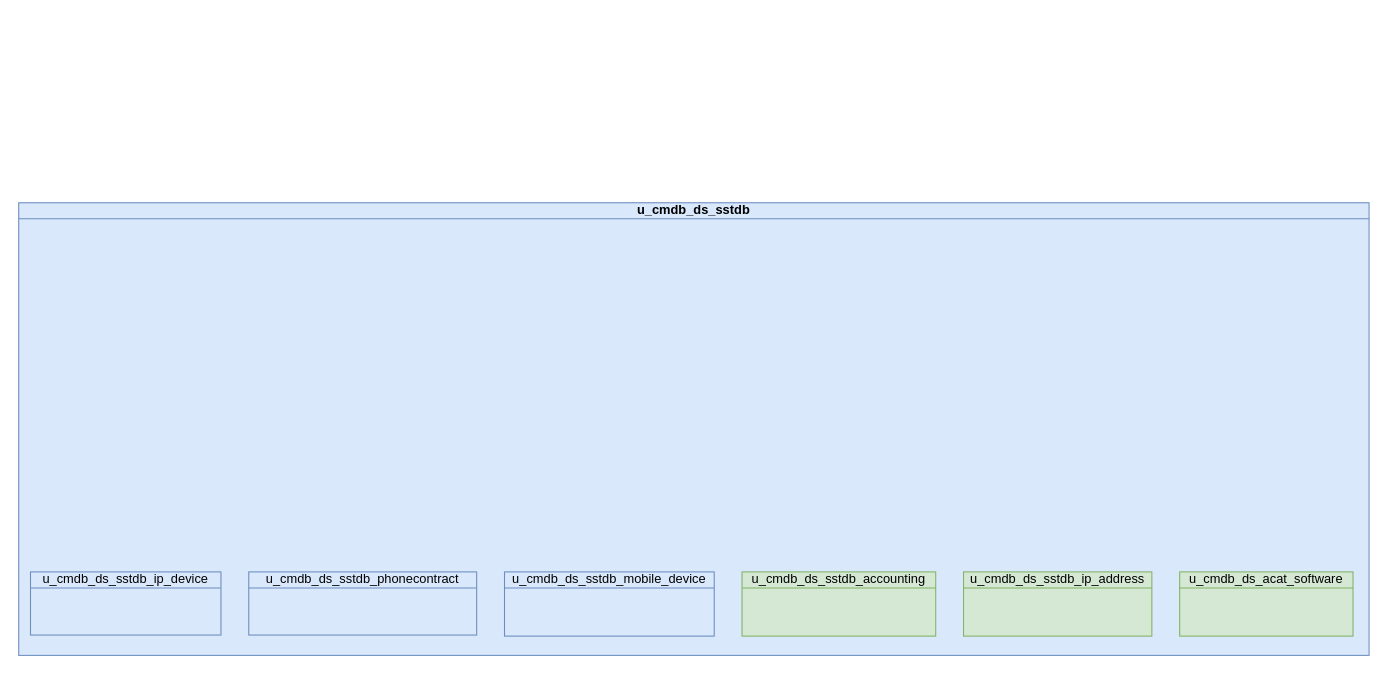
algimas/tmp keeps this draw.io diagram as page "BaseExt" (21 of 24) of DBsErdV2.drawio. Above is the earlier version. Source tidied: cells renumbered, new cells numbered last; positions are measured from the earlier drawing's top-left corner, leaving out a move shared by most shapes. Both pictures are drawn from the tidied source at 107%, with x=0, y=0 at pixel (18, 202).
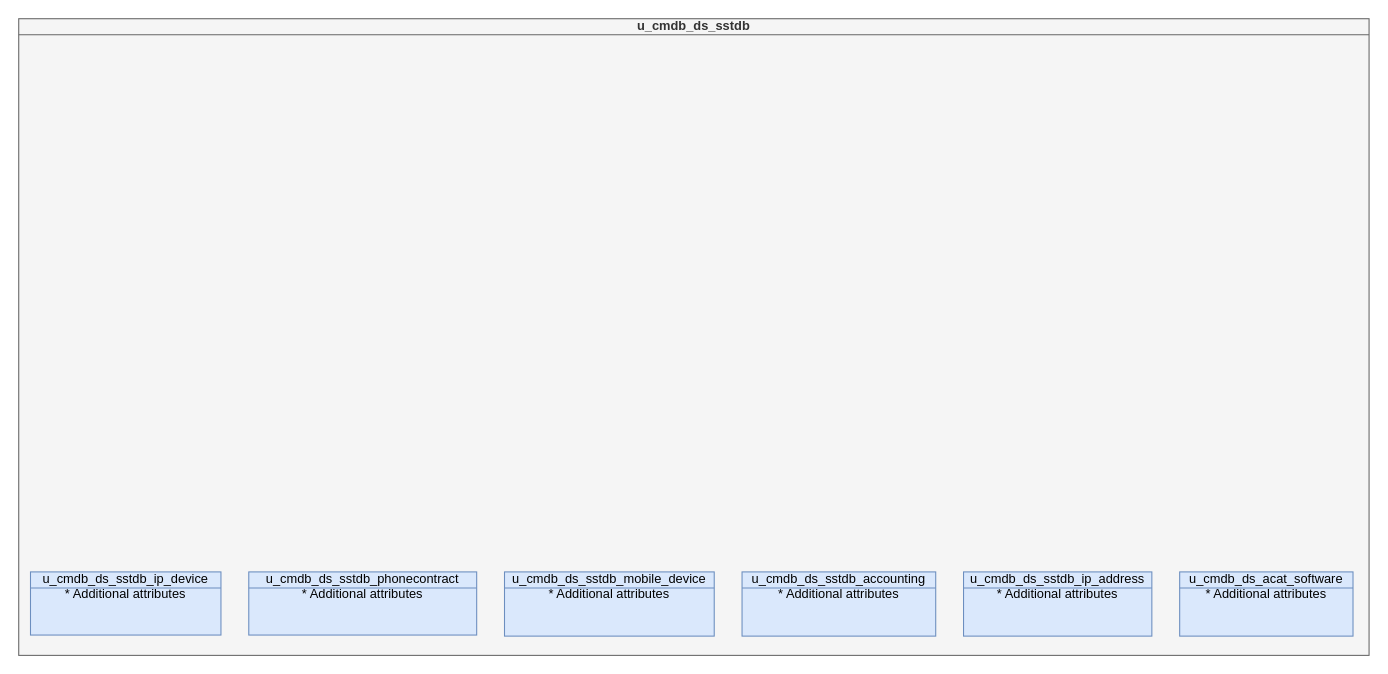
The same diagram, later.

What changed in the source:
```diff
@@
 <mxGraphModel>
   <root>
     <mxCell id="0" />
     <mxCell id="1" parent="0" />
-    <mxCell id="2" value="u_cmdb_ds_sstdb" style="html=1;whiteSpace=wrap;fillColor=#dae8fc;shape=mxgraph.archimate3.businessObject;overflow=fill;strokeColor=#6c8ebf;fontStyle=1;" parent="1" vertex="1">
-      <mxGeometry width="1262" height="423" as="geometry" />
+    <mxCell id="2" value="u_cmdb_ds_sstdb" style="html=1;whiteSpace=wrap;fillColor=#f5f5f5;shape=mxgraph.archimate3.businessObject;overflow=fill;strokeColor=#666666;fontStyle=1;fontColor=#333333;" parent="1" vertex="1">
+      <mxGeometry y="-172" width="1262" height="595" as="geometry" />
     </mxCell>
-    <mxCell id="3" value="u_cmdb_ds_sstdb_ip_device" style="html=1;whiteSpace=wrap;fillColor=#dae8fc;shape=mxgraph.archimate3.businessObject;overflow=fill;strokeColor=#6c8ebf;" parent="1" vertex="1">
+    <mxCell id="3" value="u_cmdb_ds_sstdb_ip_device&lt;div&gt;* Additional attributes&lt;/div&gt;" style="html=1;whiteSpace=wrap;fillColor=#dae8fc;shape=mxgraph.archimate3.businessObject;overflow=fill;strokeColor=#6c8ebf;" parent="1" vertex="1">
       <mxGeometry x="11" y="345" width="178" height="59" as="geometry" />
     </mxCell>
-    <mxCell id="4" value="u_cmdb_ds_sstdb_ip_address" style="html=1;whiteSpace=wrap;fillColor=#d5e8d4;shape=mxgraph.archimate3.businessObject;overflow=fill;strokeColor=#82b366;fontStyle=0;" parent="1" vertex="1">
+    <mxCell id="4" value="u_cmdb_ds_sstdb_ip_address&lt;div&gt;* Additional attributes&lt;br&gt;&lt;/div&gt;" style="html=1;whiteSpace=wrap;fillColor=#dae8fc;shape=mxgraph.archimate3.businessObject;overflow=fill;strokeColor=#6c8ebf;fontStyle=0;" parent="1" vertex="1">
       <mxGeometry x="883" y="345" width="176" height="60" as="geometry" />
     </mxCell>
-    <mxCell id="5" value="u_cmdb_ds_sstdb_accounting" style="html=1;whiteSpace=wrap;fillColor=#d5e8d4;shape=mxgraph.archimate3.businessObject;overflow=fill;strokeColor=#82b366;" parent="1" vertex="1">
+    <mxCell id="5" value="u_cmdb_ds_sstdb_accounting&lt;div&gt;* Additional attributes&lt;br&gt;&lt;/div&gt;" style="html=1;whiteSpace=wrap;fillColor=#dae8fc;shape=mxgraph.archimate3.businessObject;overflow=fill;strokeColor=#6c8ebf;" parent="1" vertex="1">
       <mxGeometry x="676" y="345" width="181" height="60" as="geometry" />
     </mxCell>
-    <mxCell id="6" value="u_cmdb_ds_sstdb_phonecontract" style="html=1;whiteSpace=wrap;fillColor=#dae8fc;shape=mxgraph.archimate3.businessObject;overflow=fill;strokeColor=#6c8ebf;" parent="1" vertex="1">
+    <mxCell id="6" value="u_cmdb_ds_sstdb_phonecontract&lt;div&gt;* Additional attributes&lt;br&gt;&lt;/div&gt;" style="html=1;whiteSpace=wrap;fillColor=#dae8fc;shape=mxgraph.archimate3.businessObject;overflow=fill;strokeColor=#6c8ebf;" parent="1" vertex="1">
       <mxGeometry x="215" y="345" width="213" height="59" as="geometry" />
     </mxCell>
-    <mxCell id="7" value="u_cmdb_ds_sstdb_mobile_device" style="html=1;whiteSpace=wrap;fillColor=#dae8fc;shape=mxgraph.archimate3.businessObject;overflow=fill;strokeColor=#6c8ebf;" parent="1" vertex="1">
+    <mxCell id="7" value="u_cmdb_ds_sstdb_mobile_device&lt;div&gt;* Additional attributes&lt;br&gt;&lt;/div&gt;" style="html=1;whiteSpace=wrap;fillColor=#dae8fc;shape=mxgraph.archimate3.businessObject;overflow=fill;strokeColor=#6c8ebf;" parent="1" vertex="1">
       <mxGeometry x="454" y="345" width="196" height="60" as="geometry" />
     </mxCell>
-    <mxCell id="8" value="u_cmdb_ds_acat_software" style="html=1;whiteSpace=wrap;fillColor=#d5e8d4;shape=mxgraph.archimate3.businessObject;overflow=fill;strokeColor=#82b366;" parent="1" vertex="1">
+    <mxCell id="8" value="u_cmdb_ds_acat_software&lt;div&gt;* Additional attributes&lt;br&gt;&lt;/div&gt;" style="html=1;whiteSpace=wrap;fillColor=#dae8fc;shape=mxgraph.archimate3.businessObject;overflow=fill;strokeColor=#6c8ebf;" parent="1" vertex="1">
       <mxGeometry x="1085" y="345" width="162" height="60" as="geometry" />
     </mxCell>
   </root>
 </mxGraphModel>
```
